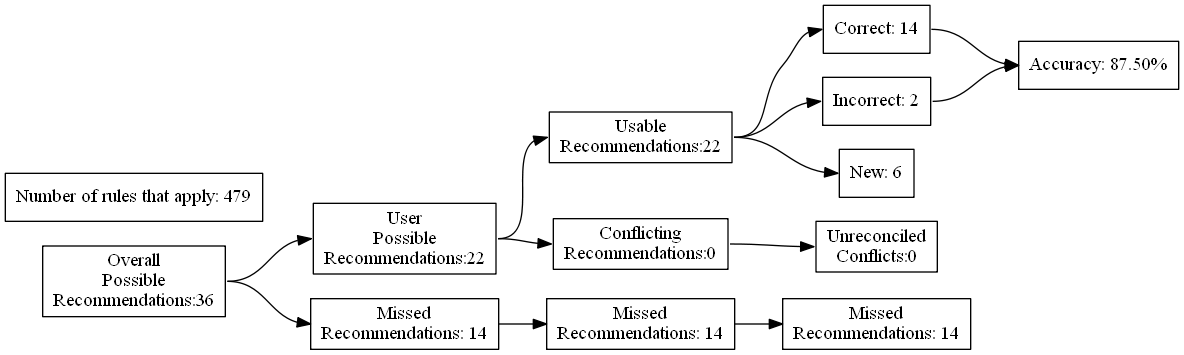
ZaxR/ibd_diet_analysis keeps this Graphviz diagram as test_renders/40.gv.png. Above is the earlier version. Its source is kept beside it as test_renders/40.gv. Source of this version:
```dot
digraph {
	graph [rankdir=LR]
	node [pos=r shape=box]
	edge [headport=w tailport=e]
		A [label="Overall
Possible
Recommendations:36"]
		B [label="User
Possible
Recommendations:22"]
		C [label="Missed
Recommendations: 14"]
		D [label="Usable
Recommendations:22"]
		E [label="Conflicting
Recommendations:0"]
		J [label="Missed
Recommendations: 14"]
		M [label="Unreconciled
Conflicts:0"]
		F [label="Correct: 14"]
		G [label="Incorrect: 2"]
		H [label="New: 6"]
		K [label="Missed
Recommendations: 14"]
		I [label="Accuracy: 87.50%"]
		l [label="Number of rules that apply: 479"]
			A -> B
			A -> C
			B -> D
			B -> E
			D -> F
			D -> G
			D -> H
			F -> I
			G -> I
			C -> J
			J -> K
			E -> M
}
```
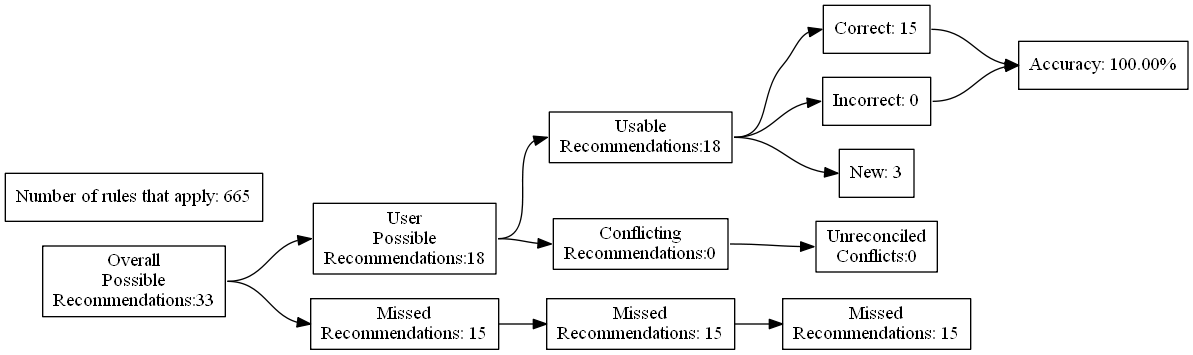
The same file after the commit.

Change to the diagram source:
```diff
@@ -4,27 +4,27 @@
 	edge [headport=w tailport=e]
 		A [label="Overall
 Possible
-Recommendations:36"]
+Recommendations:33"]
 		B [label="User
 Possible
-Recommendations:22"]
+Recommendations:18"]
 		C [label="Missed
-Recommendations: 14"]
+Recommendations: 15"]
 		D [label="Usable
-Recommendations:22"]
+Recommendations:18"]
 		E [label="Conflicting
 Recommendations:0"]
 		J [label="Missed
-Recommendations: 14"]
+Recommendations: 15"]
 		M [label="Unreconciled
 Conflicts:0"]
-		F [label="Correct: 14"]
-		G [label="Incorrect: 2"]
-		H [label="New: 6"]
+		F [label="Correct: 15"]
+		G [label="Incorrect: 0"]
+		H [label="New: 3"]
 		K [label="Missed
-Recommendations: 14"]
-		I [label="Accuracy: 87.50%"]
-		l [label="Number of rules that apply: 479"]
+Recommendations: 15"]
+		I [label="Accuracy: 100.00%"]
+		l [label="Number of rules that apply: 665"]
 			A -> B
 			A -> C
 			B -> D
```
